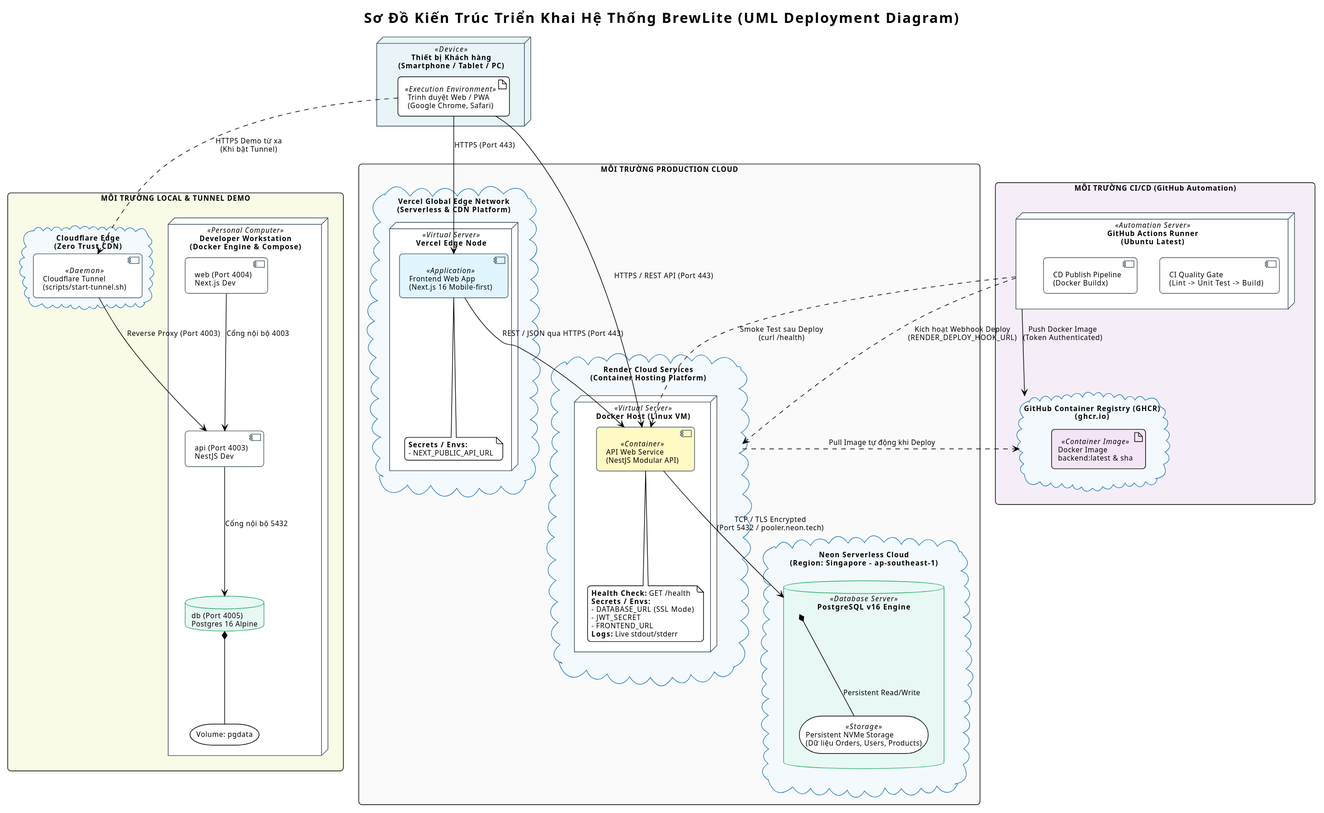
Above: docs/diagrams/deployment.svg in Longcodepro/Project_SE_Assignment02_HK1_2026_2027 (PlantUML), before the change.
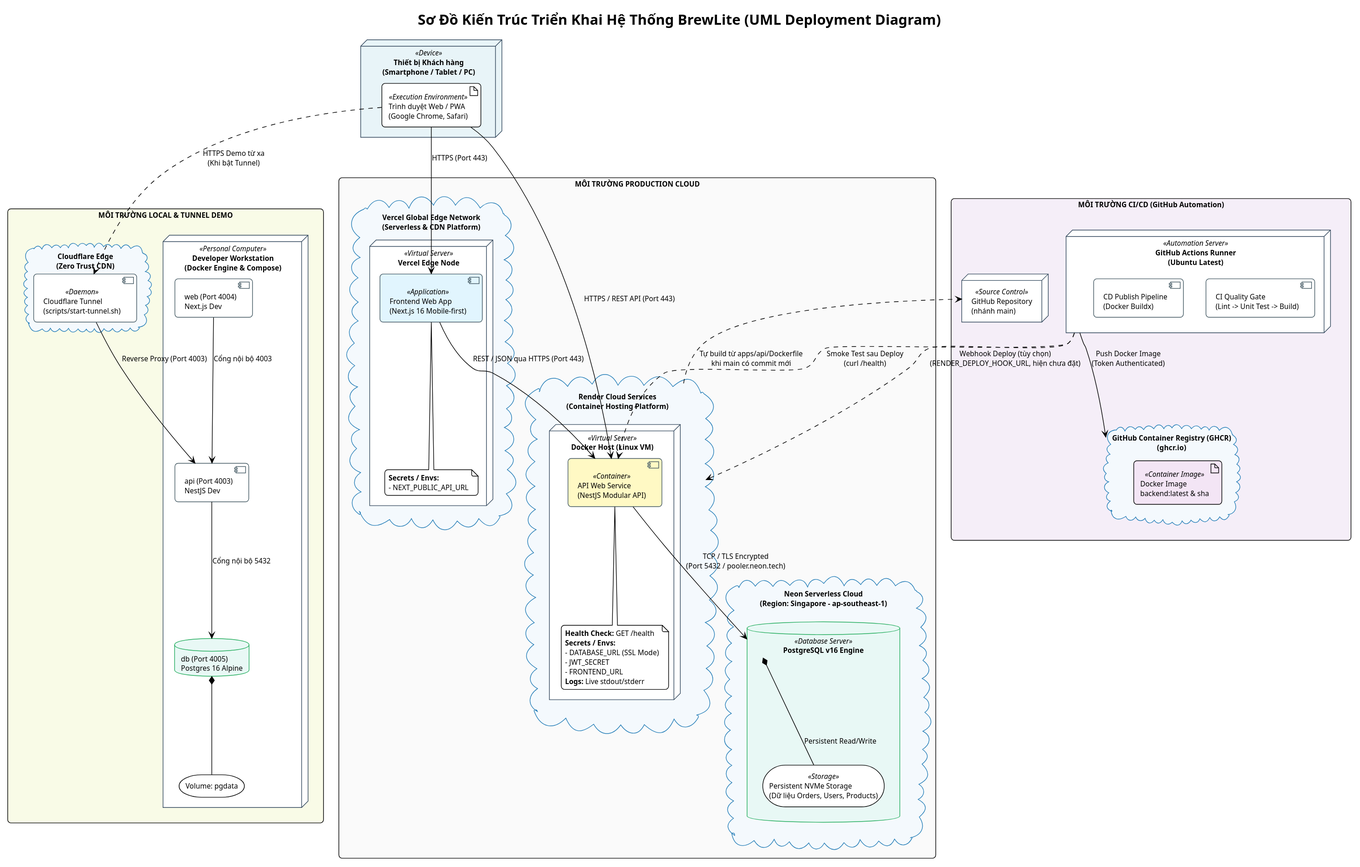
After the commit.

Commit message:
docs(task-3.2a): ghi đúng cơ chế deploy: Render tự build theo Git, webhook và smoke test chỉ chạy khi có secret

The edit, as a diff of the source:
```diff
@@ -68,6 +68,8 @@
     component "CD Publish Pipeline\n(Docker Buildx)" as CDJob
   }
 
+  node "GitHub Repository\n(nhánh main)" as GitRepo <<Source Control>>
+
   cloud "GitHub Container Registry (GHCR)\n(ghcr.io)" as GHCR {
     artifact "Docker Image\nbackend:latest & sha" as BackendImage <<Container Image>> #F3E5F5
   }
@@ -100,7 +102,7 @@
 NeonDB *-- NeonStorage : Persistent Read/Write
 
 CIRunner --> GHCR : Push Docker Image\n(Token Authenticated)
-RenderPlatform ..> GHCR : Pull Image tự động khi Deploy
-CIRunner ..> RenderPlatform : Kích hoạt Webhook Deploy\n(RENDER_DEPLOY_HOOK_URL)
+RenderPlatform ..> GitRepo : Tự build từ apps/api/Dockerfile\nkhi main có commit mới
+CIRunner ..> RenderPlatform : Webhook Deploy (tùy chọn)\n(RENDER_DEPLOY_HOOK_URL, hiện chưa đặt)
 CIRunner ..> ProdAPI : Smoke Test sau Deploy\n(curl /health)
 @enduml
```
